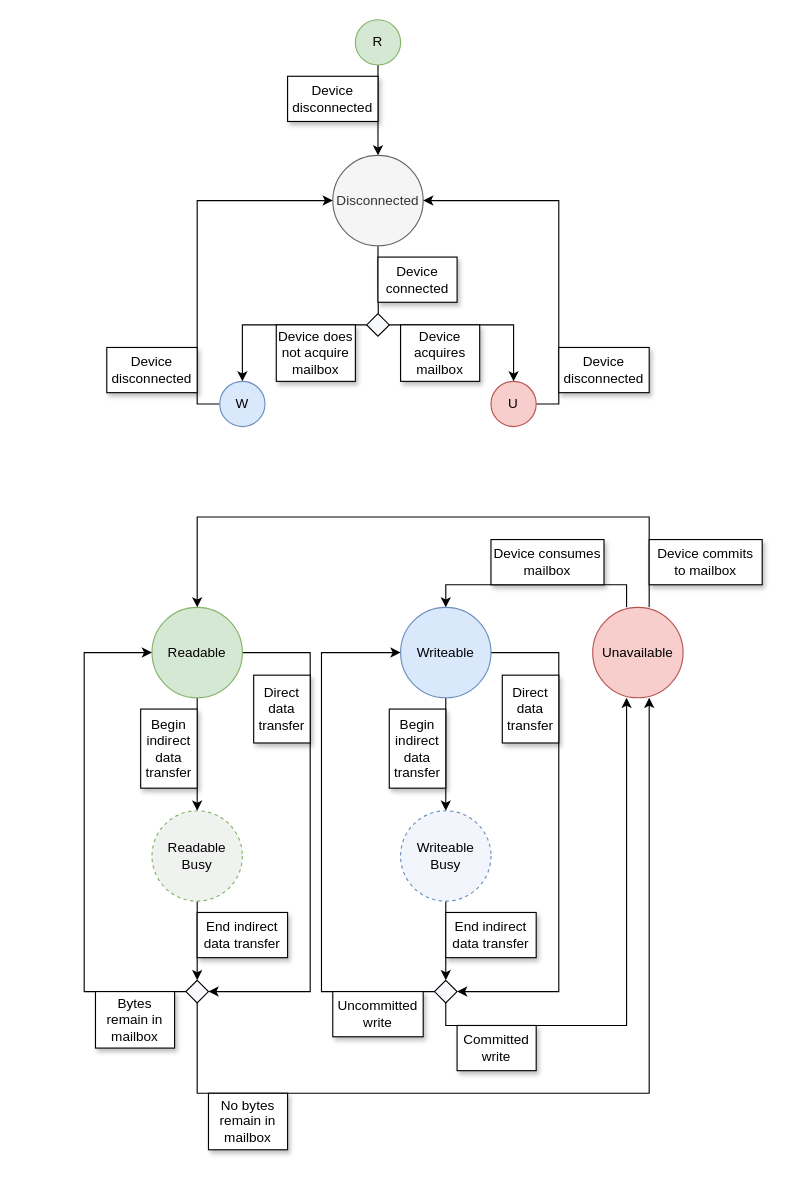
Before: docs/img/src/Device port state diagram.drawio in noodlecollie/v2mp, a draw.io diagram. Source tidied: cells renumbered, new cells numbered last; positions are measured from the earlier drawing's top-left corner, leaving out a move shared by most shapes. Both pictures are drawn from the tidied source at 113%, with x=0, y=0 at pixel (84, 19).
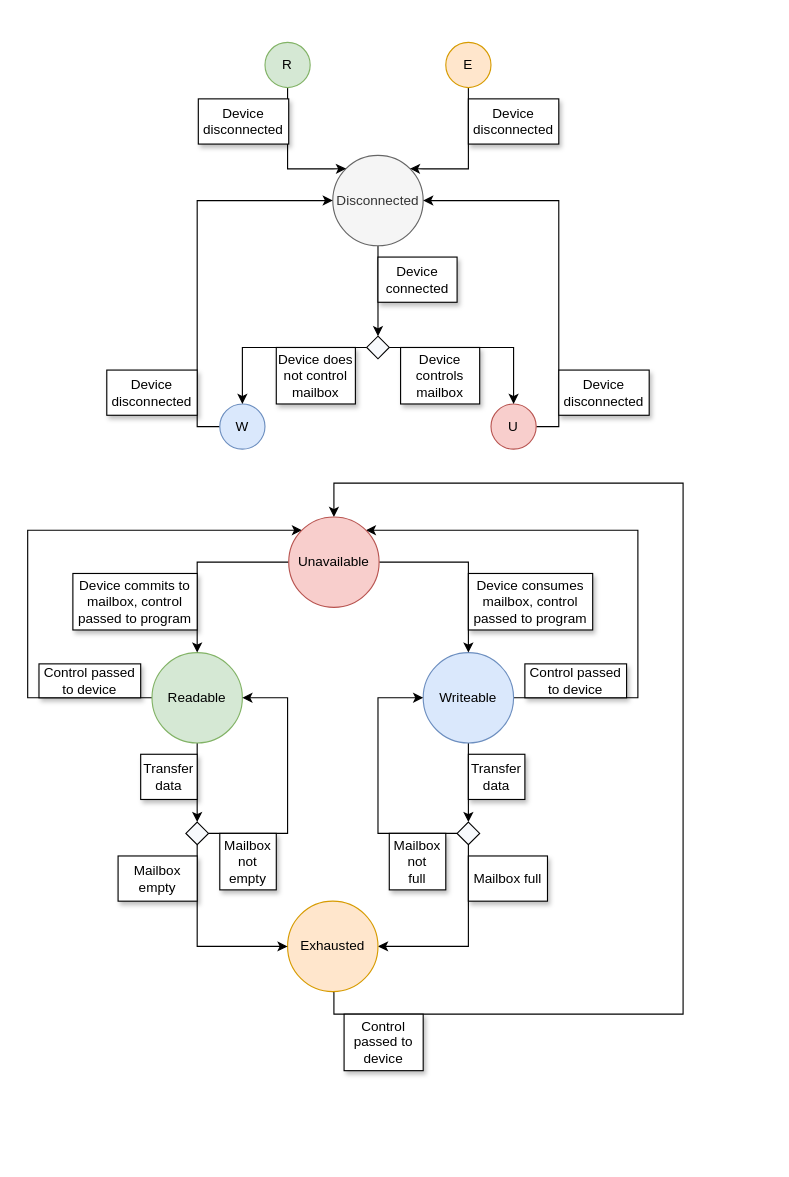
Above is the later version.

Commit message (it also covers changes not shown here):
Refined device port states again

Unchanged cells that the change refers to:
```xml
<mxCell id="15" value="Disconnected" style="ellipse;whiteSpace=wrap;html=1;fillColor=#f5f5f5;fontColor=#333333;strokeColor=#666666;" parent="1" vertex="1">
  <mxGeometry x="220" y="120" width="80" height="80" as="geometry" />
</mxCell>
```

Diff of the diagram source:
```diff
@@
-    <mxCell id="2" style="edgeStyle=orthogonalEdgeStyle;rounded=0;jettySize=auto;html=1;exitX=0.5;exitY=1;exitDx=0;exitDy=0;entryX=0.5;entryY=0;entryDx=0;entryDy=0;endArrow=classic;endFill=1;" parent="1" edge="1" source="4" target="11">
-      <mxGeometry relative="1" as="geometry" />
-    </mxCell>
-    <mxCell id="3" style="edgeStyle=orthogonalEdgeStyle;rounded=0;jettySize=auto;html=1;exitX=1;exitY=0.5;exitDx=0;exitDy=0;entryX=1;entryY=0.5;entryDx=0;entryDy=0;endArrow=classic;endFill=1;" parent="1" edge="1" source="4" target="35">
-      <mxGeometry relative="1" as="geometry">
-        <Array as="points">
-          <mxPoint x="200" y="560" />
-          <mxPoint x="200" y="860" />
-        </Array>
-      </mxGeometry>
-    </mxCell>
-    <mxCell id="4" value="Readable" style="ellipse;whiteSpace=wrap;html=1;fillColor=#d5e8d4;strokeColor=#82b366;" parent="1" vertex="1">
-      <mxGeometry x="60" y="520" width="80" height="80" as="geometry" />
-    </mxCell>
-    <mxCell id="5" style="edgeStyle=orthogonalEdgeStyle;rounded=0;jettySize=auto;html=1;exitX=0.5;exitY=1;exitDx=0;exitDy=0;entryX=0.5;entryY=0;entryDx=0;entryDy=0;endArrow=classic;endFill=1;" parent="1" edge="1" source="7" target="13">
-      <mxGeometry relative="1" as="geometry" />
-    </mxCell>
-    <mxCell id="6" style="edgeStyle=orthogonalEdgeStyle;rounded=0;jettySize=auto;html=1;exitX=1;exitY=0.5;exitDx=0;exitDy=0;endArrow=classic;endFill=1;entryX=1;entryY=0.5;entryDx=0;entryDy=0;" parent="1" edge="1" source="7" target="32">
-      <mxGeometry relative="1" as="geometry">
-        <Array as="points">
-          <mxPoint x="420" y="560" />
-          <mxPoint x="420" y="860" />
-        </Array>
-      </mxGeometry>
-    </mxCell>
-    <mxCell id="7" value="Writeable" style="ellipse;whiteSpace=wrap;html=1;fillColor=#dae8fc;strokeColor=#6c8ebf;" parent="1" vertex="1">
-      <mxGeometry x="280" y="520" width="80" height="80" as="geometry" />
-    </mxCell>
-    <mxCell id="8" style="edgeStyle=orthogonalEdgeStyle;rounded=0;jettySize=auto;html=1;endArrow=classic;endFill=1;entryX=0.5;entryY=0;entryDx=0;entryDy=0;" parent="1" edge="1" target="4">
-      <mxGeometry relative="1" as="geometry">
-        <mxPoint x="500" y="520" as="sourcePoint" />
-        <Array as="points">
-          <mxPoint x="500" y="440" />
-          <mxPoint x="100" y="440" />
-        </Array>
-      </mxGeometry>
-    </mxCell>
-    <mxCell id="9" value="Unavailable" style="ellipse;whiteSpace=wrap;html=1;fillColor=#f8cecc;strokeColor=#b85450;" parent="1" vertex="1">
-      <mxGeometry x="450" y="520" width="80" height="80" as="geometry" />
-    </mxCell>
-    <mxCell id="10" style="edgeStyle=orthogonalEdgeStyle;rounded=0;jettySize=auto;html=1;exitX=0.5;exitY=1;exitDx=0;exitDy=0;entryX=0.5;entryY=0;entryDx=0;entryDy=0;endArrow=classic;endFill=1;" parent="1" edge="1" source="11" target="35">
-      <mxGeometry relative="1" as="geometry" />
-    </mxCell>
-    <mxCell id="11" value="Readable Busy" style="ellipse;whiteSpace=wrap;html=1;dashed=1;fillColor=#F0F2F0;strokeColor=#82b366;" parent="1" vertex="1">
-      <mxGeometry x="60" y="700" width="80" height="80" as="geometry" />
-    </mxCell>
-    <mxCell id="12" style="edgeStyle=orthogonalEdgeStyle;rounded=0;jettySize=auto;html=1;exitX=0.5;exitY=1;exitDx=0;exitDy=0;entryX=0.5;entryY=0;entryDx=0;entryDy=0;endArrow=classic;endFill=1;" parent="1" edge="1" source="13" target="32">
-      <mxGeometry relative="1" as="geometry" />
-    </mxCell>
-    <mxCell id="13" value="Writeable Busy" style="ellipse;whiteSpace=wrap;html=1;dashed=1;fillColor=#F2F5FC;strokeColor=#6c8ebf;" parent="1" vertex="1">
-      <mxGeometry x="280" y="700" width="80" height="80" as="geometry" />
-    </mxCell>
-    <mxCell id="14" style="edgeStyle=orthogonalEdgeStyle;rounded=0;jettySize=auto;html=1;exitX=0.5;exitY=1;exitDx=0;exitDy=0;endArrow=none;endFill=0;" parent="1" edge="1" source="15">
-      <mxGeometry relative="1" as="geometry">
-        <mxPoint x="260.3" y="260" as="targetPoint" />
-      </mxGeometry>
+    <mxCell id="14" style="edgeStyle=orthogonalEdgeStyle;rounded=0;jettySize=auto;html=1;exitX=0.5;exitY=1;exitDx=0;exitDy=0;endArrow=classic;endFill=1;entryX=0.5;entryY=0;entryDx=0;entryDy=0;" parent="1" edge="1" source="15" target="23">
+      <mxGeometry relative="1" as="geometry" />
     </mxCell>
@@
     <mxCell id="17" value="W" style="ellipse;whiteSpace=wrap;html=1;fillColor=#dae8fc;strokeColor=#6c8ebf;" parent="1" vertex="1">
-      <mxGeometry x="120" y="320" width="40" height="40" as="geometry" />
+      <mxGeometry x="120" y="340" width="40" height="40" as="geometry" />
     </mxCell>
@@
     <mxCell id="19" value="U" style="ellipse;whiteSpace=wrap;html=1;fillColor=#f8cecc;strokeColor=#b85450;" parent="1" vertex="1">
-      <mxGeometry x="360" y="320" width="40" height="40" as="geometry" />
+      <mxGeometry x="360" y="340" width="40" height="40" as="geometry" />
     </mxCell>
-    <mxCell id="20" value="&lt;div&gt;Begin&lt;/div&gt;&lt;div&gt;indirect&lt;/div&gt;&lt;div&gt;data&lt;/div&gt;&lt;div&gt;transfer&lt;br&gt;&lt;/div&gt;" style="rounded=0;whiteSpace=wrap;html=1;shadow=1;" parent="1" vertex="1">
-      <mxGeometry x="270" y="610" width="50" height="70" as="geometry" />
-    </mxCell>
@@
     <mxCell id="23" style="rhombus;whiteSpace=wrap;html=1;fillColor=#F7F9FC;" parent="1" vertex="1">
-      <mxGeometry x="250" y="260" width="20" height="20" as="geometry" />
+      <mxGeometry x="250" y="280" width="20" height="20" as="geometry" />
     </mxCell>
-    <mxCell id="24" style="endArrow=classic;html=1;rounded=0;entryX=0.5;entryY=0;entryDx=0;entryDy=0;" parent="1" edge="1" target="7">
-      <mxGeometry relative="1" as="geometry">
-        <mxPoint x="480" y="520" as="sourcePoint" />
-        <Array as="points">
-          <mxPoint x="480" y="500" />
-          <mxPoint x="320" y="500" />
-        </Array>
-      </mxGeometry>
-    </mxCell>
-    <mxCell id="25" value="&lt;div&gt;Device commits&lt;/div&gt;&lt;div&gt;to mailbox&lt;br&gt;&lt;/div&gt;" style="rounded=0;whiteSpace=wrap;html=1;shadow=1;" parent="1" vertex="1">
-      <mxGeometry x="500" y="460" width="100" height="40" as="geometry" />
-    </mxCell>
-    <mxCell id="26" value="&lt;div&gt;Device consumes&lt;/div&gt;&lt;div&gt;mailbox&lt;br&gt;&lt;/div&gt;" style="rounded=0;whiteSpace=wrap;html=1;shadow=1;" parent="1" vertex="1">
-      <mxGeometry x="360" y="460" width="100" height="40" as="geometry" />
-    </mxCell>
-    <mxCell id="27" value="&lt;div&gt;Begin&lt;/div&gt;&lt;div&gt;indirect&lt;/div&gt;&lt;div&gt;data&lt;/div&gt;&lt;div&gt;transfer&lt;br&gt;&lt;/div&gt;" style="rounded=0;whiteSpace=wrap;html=1;shadow=1;" parent="1" vertex="1">
-      <mxGeometry x="50" y="610" width="50" height="70" as="geometry" />
-    </mxCell>
-    <mxCell id="28" value="&lt;div&gt;End indirect&lt;/div&gt;&lt;div&gt;data transfer&lt;br&gt;&lt;/div&gt;" style="rounded=0;whiteSpace=wrap;html=1;shadow=1;" parent="1" vertex="1">
-      <mxGeometry x="100" y="790" width="80" height="40" as="geometry" />
-    </mxCell>
-    <mxCell id="29" value="&lt;div&gt;End indirect&lt;/div&gt;&lt;div&gt;data transfer&lt;br&gt;&lt;/div&gt;" style="rounded=0;whiteSpace=wrap;html=1;shadow=1;" parent="1" vertex="1">
-      <mxGeometry x="320" y="790" width="80" height="40" as="geometry" />
-    </mxCell>
-    <mxCell id="30" style="edgeStyle=orthogonalEdgeStyle;rounded=0;jettySize=auto;html=1;exitX=0;exitY=0.5;exitDx=0;exitDy=0;entryX=0;entryY=0.5;entryDx=0;entryDy=0;endArrow=classic;endFill=1;" parent="1" edge="1" source="32" target="7">
-      <mxGeometry relative="1" as="geometry">
-        <Array as="points">
-          <mxPoint x="210" y="860" />
-          <mxPoint x="210" y="560" />
-        </Array>
-      </mxGeometry>
-    </mxCell>
-    <mxCell id="31" style="edgeStyle=orthogonalEdgeStyle;rounded=0;jettySize=auto;html=1;exitX=0.5;exitY=1;exitDx=0;exitDy=0;endArrow=classic;endFill=1;" parent="1" edge="1" source="32">
-      <mxGeometry relative="1" as="geometry">
-        <mxPoint x="480" y="600" as="targetPoint" />
-        <Array as="points">
-          <mxPoint x="320" y="890" />
-          <mxPoint x="480" y="890" />
-        </Array>
-      </mxGeometry>
-    </mxCell>
-    <mxCell id="32" style="rhombus;whiteSpace=wrap;html=1;fillColor=#F7F9FC;" parent="1" vertex="1">
-      <mxGeometry x="310" y="850" width="20" height="20" as="geometry" />
-    </mxCell>
-    <mxCell id="33" style="edgeStyle=orthogonalEdgeStyle;rounded=0;jettySize=auto;html=1;exitX=0;exitY=0.5;exitDx=0;exitDy=0;entryX=0;entryY=0.5;entryDx=0;entryDy=0;endArrow=classic;endFill=1;" parent="1" edge="1" source="35" target="4">
-      <mxGeometry relative="1" as="geometry">
-        <Array as="points">
-          <mxPoint y="860" />
-          <mxPoint y="560" />
-        </Array>
-      </mxGeometry>
-    </mxCell>
-    <mxCell id="34" style="edgeStyle=orthogonalEdgeStyle;rounded=0;jettySize=auto;html=1;exitX=0.5;exitY=1;exitDx=0;exitDy=0;endArrow=classic;endFill=1;" parent="1" edge="1" source="35">
-      <mxGeometry relative="1" as="geometry">
-        <mxPoint x="500" y="600" as="targetPoint" />
-        <Array as="points">
-          <mxPoint x="100" y="950" />
-          <mxPoint x="500" y="950" />
-        </Array>
-      </mxGeometry>
-    </mxCell>
-    <mxCell id="35" style="rhombus;whiteSpace=wrap;html=1;fillColor=#F7F9FC;" parent="1" vertex="1">
-      <mxGeometry x="90" y="850" width="20" height="20" as="geometry" />
-    </mxCell>
-    <mxCell id="36" style="endArrow=none;html=1;rounded=0;" parent="1" edge="1" target="35">
-      <mxGeometry relative="1" as="geometry">
-        <mxPoint x="100" y="850" as="sourcePoint" />
-      </mxGeometry>
-    </mxCell>
-    <mxCell id="37" value="&lt;div&gt;Direct&lt;/div&gt;&lt;div&gt;data&lt;/div&gt;&lt;div&gt;transfer&lt;br&gt;&lt;/div&gt;" style="rounded=0;whiteSpace=wrap;html=1;shadow=1;" parent="1" vertex="1">
-      <mxGeometry x="150" y="580" width="50" height="60" as="geometry" />
-    </mxCell>
-    <mxCell id="38" value="&lt;div&gt;Direct&lt;/div&gt;&lt;div&gt;data&lt;/div&gt;&lt;div&gt;transfer&lt;br&gt;&lt;/div&gt;" style="rounded=0;whiteSpace=wrap;html=1;shadow=1;" parent="1" vertex="1">
-      <mxGeometry x="370" y="580" width="50" height="60" as="geometry" />
-    </mxCell>
-    <mxCell id="39" value="&lt;div&gt;Committed&lt;/div&gt;&lt;div&gt;write&lt;br&gt;&lt;/div&gt;" style="rounded=0;whiteSpace=wrap;html=1;shadow=1;" parent="1" vertex="1">
-      <mxGeometry x="330" y="890" width="70" height="40" as="geometry" />
-    </mxCell>
-    <mxCell id="40" value="&lt;div&gt;Uncommitted&lt;/div&gt;&lt;div&gt;write&lt;br&gt;&lt;/div&gt;" style="rounded=0;whiteSpace=wrap;html=1;shadow=1;" parent="1" vertex="1">
-      <mxGeometry x="220" y="860" width="80" height="40" as="geometry" />
-    </mxCell>
-    <mxCell id="41" value="Bytes remain in mailbox" style="rounded=0;whiteSpace=wrap;html=1;shadow=1;" parent="1" vertex="1">
-      <mxGeometry x="10" y="860" width="70" height="50" as="geometry" />
-    </mxCell>
-    <mxCell id="42" value="No bytes remain in mailbox" style="rounded=0;whiteSpace=wrap;html=1;shadow=1;" parent="1" vertex="1">
-      <mxGeometry x="110" y="950" width="70" height="50" as="geometry" />
-    </mxCell>
@@
-    <mxCell id="44" value="Device does not acquire mailbox" style="rounded=0;whiteSpace=wrap;html=1;shadow=1;" parent="1" vertex="1">
-      <mxGeometry x="170" y="270" width="70" height="50" as="geometry" />
+    <mxCell id="44" value="Device does not control mailbox" style="rounded=0;whiteSpace=wrap;html=1;shadow=1;" parent="1" vertex="1">
+      <mxGeometry x="170" y="290" width="70" height="50" as="geometry" />
     </mxCell>
-    <mxCell id="45" value="Device acquires mailbox" style="rounded=0;whiteSpace=wrap;html=1;shadow=1;" parent="1" vertex="1">
-      <mxGeometry x="280" y="270" width="70" height="50" as="geometry" />
+    <mxCell id="45" value="Device controls mailbox" style="rounded=0;whiteSpace=wrap;html=1;shadow=1;" parent="1" vertex="1">
+      <mxGeometry x="280" y="290" width="70" height="50" as="geometry" />
     </mxCell>
     <mxCell id="46" value="Device disconnected" style="rounded=0;whiteSpace=wrap;html=1;shadow=1;" parent="1" vertex="1">
-      <mxGeometry x="20" y="290" width="80" height="40" as="geometry" />
+      <mxGeometry x="20" y="310" width="80" height="40" as="geometry" />
     </mxCell>
     <mxCell id="47" value="Device disconnected" style="rounded=0;whiteSpace=wrap;html=1;shadow=1;" parent="1" vertex="1">
-      <mxGeometry x="420" y="290" width="80" height="40" as="geometry" />
+      <mxGeometry x="420" y="310" width="80" height="40" as="geometry" />
     </mxCell>
-    <mxCell id="48" style="edgeStyle=orthogonalEdgeStyle;rounded=0;jettySize=auto;html=1;exitX=0.5;exitY=1;exitDx=0;exitDy=0;entryX=0.5;entryY=0;entryDx=0;entryDy=0;endArrow=classic;endFill=1;" parent="1" edge="1" source="49" target="15">
-      <mxGeometry relative="1" as="geometry" />
+    <mxCell id="48" style="edgeStyle=orthogonalEdgeStyle;rounded=0;jettySize=auto;html=1;exitX=0.5;exitY=1;exitDx=0;exitDy=0;entryX=0;entryY=0;entryDx=0;entryDy=0;endArrow=classic;endFill=1;" parent="1" edge="1" source="49" target="15">
+      <mxGeometry relative="1" as="geometry">
+        <Array as="points">
+          <mxPoint x="180" y="132" />
+          <mxPoint x="220" y="132" />
+        </Array>
+      </mxGeometry>
     </mxCell>
     <mxCell id="49" value="R" style="ellipse;whiteSpace=wrap;html=1;fillColor=#d5e8d4;strokeColor=#82b366;" parent="1" vertex="1">
-      <mxGeometry x="240" width="40" height="40" as="geometry" />
+      <mxGeometry x="160" y="20" width="40" height="40" as="geometry" />
     </mxCell>
     <mxCell id="50" value="Device disconnected" style="rounded=0;whiteSpace=wrap;html=1;shadow=1;" parent="1" vertex="1">
-      <mxGeometry x="180" y="50" width="80" height="40" as="geometry" />
+      <mxGeometry x="101" y="70" width="80" height="40" as="geometry" />
     </mxCell>
+    <mxCell id="51" style="edgeStyle=orthogonalEdgeStyle;rounded=0;jettySize=auto;html=1;exitX=1;exitY=0.5;exitDx=0;exitDy=0;entryX=1;entryY=0;entryDx=0;entryDy=0;" parent="1" edge="1" source="7" target="9">
+      <mxGeometry relative="1" as="geometry">
+        <Array as="points">
+          <mxPoint x="490" y="600" />
+          <mxPoint x="490" y="452" />
+        </Array>
+      </mxGeometry>
+    </mxCell>
+    <mxCell id="52" style="edgeStyle=orthogonalEdgeStyle;rounded=0;jettySize=auto;html=1;exitX=0.5;exitY=1;exitDx=0;exitDy=0;entryX=0.5;entryY=0;entryDx=0;entryDy=0;endArrow=classic;endFill=1;" parent="1" edge="1" source="7" target="56">
+      <mxGeometry relative="1" as="geometry" />
+    </mxCell>
+    <mxCell id="7" value="Writeable" style="ellipse;whiteSpace=wrap;html=1;fillColor=#dae8fc;strokeColor=#6c8ebf;" parent="1" vertex="1">
+      <mxGeometry x="300" y="560" width="80" height="80" as="geometry" />
+    </mxCell>
+    <mxCell id="53" value="&lt;div&gt;Transfer&lt;/div&gt;&lt;div&gt;data&lt;br&gt;&lt;/div&gt;" style="rounded=0;whiteSpace=wrap;html=1;shadow=1;" parent="1" vertex="1">
+      <mxGeometry x="340" y="650" width="50" height="40" as="geometry" />
+    </mxCell>
+    <mxCell id="54" style="edgeStyle=orthogonalEdgeStyle;rounded=0;jettySize=auto;html=1;exitX=0.5;exitY=1;exitDx=0;exitDy=0;entryX=1;entryY=0.5;entryDx=0;entryDy=0;" parent="1" edge="1" source="56" target="59">
+      <mxGeometry relative="1" as="geometry" />
+    </mxCell>
+    <mxCell id="55" style="edgeStyle=orthogonalEdgeStyle;rounded=0;jettySize=auto;html=1;exitX=0;exitY=0.5;exitDx=0;exitDy=0;entryX=0;entryY=0.5;entryDx=0;entryDy=0;endArrow=classic;endFill=1;" parent="1" edge="1" source="56" target="7">
+      <mxGeometry relative="1" as="geometry">
+        <Array as="points">
+          <mxPoint x="260" y="720" />
+          <mxPoint x="260" y="600" />
+        </Array>
+      </mxGeometry>
+    </mxCell>
+    <mxCell id="56" style="rhombus;whiteSpace=wrap;html=1;fillColor=#F7F9FC;" parent="1" vertex="1">
+      <mxGeometry x="330" y="710" width="20" height="20" as="geometry" />
+    </mxCell>
+    <mxCell id="57" value="&lt;div&gt;Mailbox not&lt;br&gt;&lt;/div&gt;&lt;div&gt;full&lt;br&gt;&lt;/div&gt;" style="rounded=0;whiteSpace=wrap;html=1;shadow=1;" parent="1" vertex="1">
+      <mxGeometry x="270" y="720" width="50" height="50" as="geometry" />
+    </mxCell>
+    <mxCell id="58" style="edgeStyle=orthogonalEdgeStyle;rounded=0;jettySize=auto;html=1;exitX=0.5;exitY=1;exitDx=0;exitDy=0;entryX=0.5;entryY=0;entryDx=0;entryDy=0;" parent="1" edge="1" source="59" target="9">
+      <mxGeometry relative="1" as="geometry">
+        <Array as="points">
+          <mxPoint x="221" y="860" />
+          <mxPoint x="221" y="880" />
+          <mxPoint x="530" y="880" />
+          <mxPoint x="530" y="410" />
+          <mxPoint x="221" y="410" />
+        </Array>
+      </mxGeometry>
+    </mxCell>
+    <mxCell id="59" value="Exhausted" style="ellipse;whiteSpace=wrap;html=1;fillColor=#ffe6cc;strokeColor=#d79b00;" parent="1" vertex="1">
+      <mxGeometry x="180" y="780" width="80" height="80" as="geometry" />
+    </mxCell>
+    <mxCell id="60" value="Mailbox full" style="rounded=0;whiteSpace=wrap;html=1;shadow=1;" parent="1" vertex="1">
+      <mxGeometry x="340" y="740" width="70" height="40" as="geometry" />
+    </mxCell>
+    <mxCell id="61" style="edgeStyle=orthogonalEdgeStyle;rounded=0;jettySize=auto;html=1;exitX=0.5;exitY=1;exitDx=0;exitDy=0;entryX=0.5;entryY=0;entryDx=0;entryDy=0;endArrow=classic;endFill=1;" parent="1" edge="1" source="4" target="65">
+      <mxGeometry relative="1" as="geometry" />
+    </mxCell>
+    <mxCell id="62" style="edgeStyle=orthogonalEdgeStyle;rounded=0;jettySize=auto;html=1;exitX=0;exitY=0.5;exitDx=0;exitDy=0;entryX=0;entryY=0;entryDx=0;entryDy=0;" parent="1" edge="1" source="4" target="9">
+      <mxGeometry relative="1" as="geometry">
+        <Array as="points">
+          <mxPoint x="-50" y="600" />
+          <mxPoint x="-50" y="452" />
+          <mxPoint x="193" y="452" />
+        </Array>
+      </mxGeometry>
+    </mxCell>
+    <mxCell id="4" value="Readable" style="ellipse;whiteSpace=wrap;html=1;fillColor=#d5e8d4;strokeColor=#82b366;" parent="1" vertex="1">
+      <mxGeometry x="60" y="560" width="80" height="80" as="geometry" />
+    </mxCell>
+    <mxCell id="63" style="edgeStyle=orthogonalEdgeStyle;rounded=0;jettySize=auto;html=1;exitX=0.5;exitY=1;exitDx=0;exitDy=0;entryX=0;entryY=0.5;entryDx=0;entryDy=0;" parent="1" edge="1" source="65" target="59">
+      <mxGeometry relative="1" as="geometry" />
+    </mxCell>
+    <mxCell id="64" style="edgeStyle=orthogonalEdgeStyle;rounded=0;jettySize=auto;html=1;exitX=1;exitY=0.5;exitDx=0;exitDy=0;entryX=1;entryY=0.5;entryDx=0;entryDy=0;endArrow=classic;endFill=1;" parent="1" edge="1" source="65" target="4">
+      <mxGeometry relative="1" as="geometry">
+        <Array as="points">
+          <mxPoint x="180" y="720" />
+          <mxPoint x="180" y="600" />
+        </Array>
+      </mxGeometry>
+    </mxCell>
+    <mxCell id="65" style="rhombus;whiteSpace=wrap;html=1;fillColor=#F7F9FC;" parent="1" vertex="1">
+      <mxGeometry x="90" y="710" width="20" height="20" as="geometry" />
+    </mxCell>
+    <mxCell id="66" style="endArrow=none;html=1;rounded=0;" parent="1" edge="1" target="65">
+      <mxGeometry relative="1" as="geometry">
+        <mxPoint x="100" y="710" as="sourcePoint" />
+      </mxGeometry>
+    </mxCell>
+    <mxCell id="67" value="&lt;div&gt;Mailbox&lt;/div&gt;&lt;div&gt;not&lt;/div&gt;&lt;div&gt;empty&lt;/div&gt;" style="rounded=0;whiteSpace=wrap;html=1;shadow=1;" parent="1" vertex="1">
+      <mxGeometry x="120" y="720" width="50" height="50" as="geometry" />
+    </mxCell>
+    <mxCell id="68" value="Mailbox empty" style="rounded=0;whiteSpace=wrap;html=1;shadow=1;" parent="1" vertex="1">
+      <mxGeometry x="30" y="740" width="70" height="40" as="geometry" />
+    </mxCell>
+    <mxCell id="69" style="edgeStyle=orthogonalEdgeStyle;rounded=0;jettySize=auto;html=1;exitX=0;exitY=0.5;exitDx=0;exitDy=0;entryX=0.5;entryY=0;entryDx=0;entryDy=0;" parent="1" edge="1" source="9" target="4">
+      <mxGeometry relative="1" as="geometry" />
+    </mxCell>
+    <mxCell id="70" style="edgeStyle=orthogonalEdgeStyle;rounded=0;jettySize=auto;html=1;exitX=1;exitY=0.5;exitDx=0;exitDy=0;entryX=0.5;entryY=0;entryDx=0;entryDy=0;" parent="1" edge="1" source="9" target="7">
+      <mxGeometry relative="1" as="geometry" />
+    </mxCell>
+    <mxCell id="9" value="Unavailable" style="ellipse;whiteSpace=wrap;html=1;fillColor=#f8cecc;strokeColor=#b85450;" parent="1" vertex="1">
+      <mxGeometry x="181" y="440" width="80" height="80" as="geometry" />
+    </mxCell>
+    <mxCell id="71" value="Device commits to mailbox, control passed to program" style="rounded=0;whiteSpace=wrap;html=1;shadow=1;" parent="1" vertex="1">
+      <mxGeometry x="-10" y="490" width="110" height="50" as="geometry" />
+    </mxCell>
+    <mxCell id="72" value="Device consumes mailbox, control passed to program" style="rounded=0;whiteSpace=wrap;html=1;shadow=1;" parent="1" vertex="1">
+      <mxGeometry x="340" y="490" width="110" height="50" as="geometry" />
+    </mxCell>
+    <mxCell id="73" value="Control passed to device" style="rounded=0;whiteSpace=wrap;html=1;shadow=1;" parent="1" vertex="1">
+      <mxGeometry x="390" y="570" width="90" height="30" as="geometry" />
+    </mxCell>
+    <mxCell id="74" value="Control passed to device" style="rounded=0;whiteSpace=wrap;html=1;shadow=1;" parent="1" vertex="1">
+      <mxGeometry x="230" y="880" width="70" height="50" as="geometry" />
+    </mxCell>
+    <mxCell id="75" value="Control passed to device" style="rounded=0;whiteSpace=wrap;html=1;shadow=1;" parent="1" vertex="1">
+      <mxGeometry x="-40" y="570" width="90" height="30" as="geometry" />
+    </mxCell>
+    <mxCell id="76" style="edgeStyle=orthogonalEdgeStyle;rounded=0;jettySize=auto;html=1;exitX=0.5;exitY=1;exitDx=0;exitDy=0;entryX=1;entryY=0;entryDx=0;entryDy=0;" parent="1" edge="1" source="77" target="15">
+      <mxGeometry relative="1" as="geometry">
+        <Array as="points">
+          <mxPoint x="340" y="132" />
+          <mxPoint x="300" y="132" />
+        </Array>
+      </mxGeometry>
+    </mxCell>
+    <mxCell id="77" value="&lt;div&gt;E&lt;/div&gt;" style="ellipse;whiteSpace=wrap;html=1;fillColor=#ffe6cc;strokeColor=#d79b00;" parent="1" vertex="1">
+      <mxGeometry x="320" y="20" width="40" height="40" as="geometry" />
+    </mxCell>
+    <mxCell id="78" value="Device disconnected" style="rounded=0;whiteSpace=wrap;html=1;shadow=1;" parent="1" vertex="1">
+      <mxGeometry x="340" y="70" width="80" height="40" as="geometry" />
+    </mxCell>
+    <mxCell id="79" value="&lt;div&gt;Transfer&lt;/div&gt;&lt;div&gt;data&lt;br&gt;&lt;/div&gt;" style="rounded=0;whiteSpace=wrap;html=1;shadow=1;" parent="1" vertex="1">
+      <mxGeometry x="50" y="650" width="50" height="40" as="geometry" />
+    </mxCell>
```
